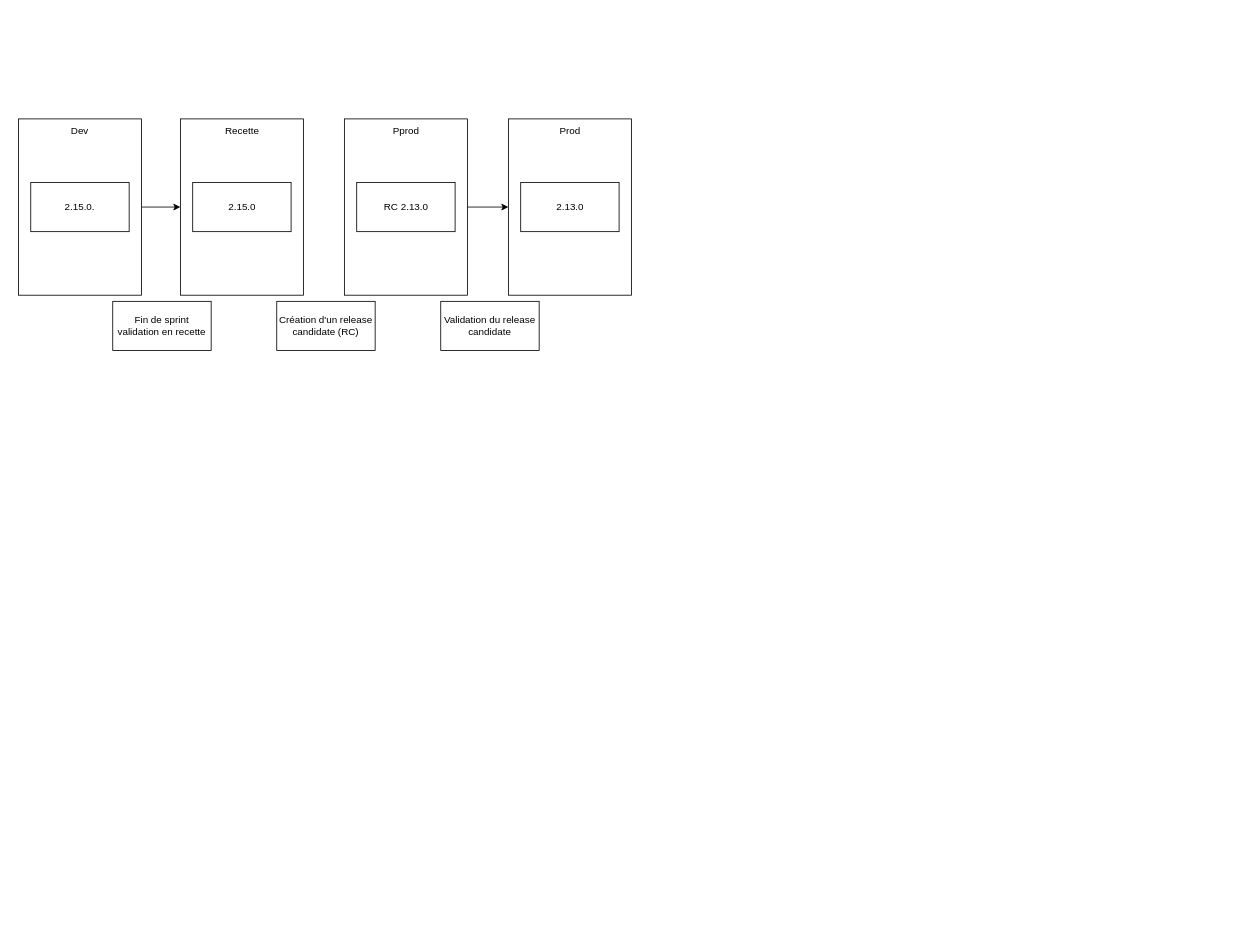
AdrianANDRE/drawio keeps this draw.io diagram as page "Page-2" (1 of 2) of classical_version_qa.drawio. Above is the earlier version. Source tidied: cells renumbered, new cells numbered last; positions are measured from the earlier drawing's top-left corner, leaving out a move shared by most shapes. Both pictures are drawn from the tidied source at 82%, with x=0, y=0 at pixel (-9, 145).
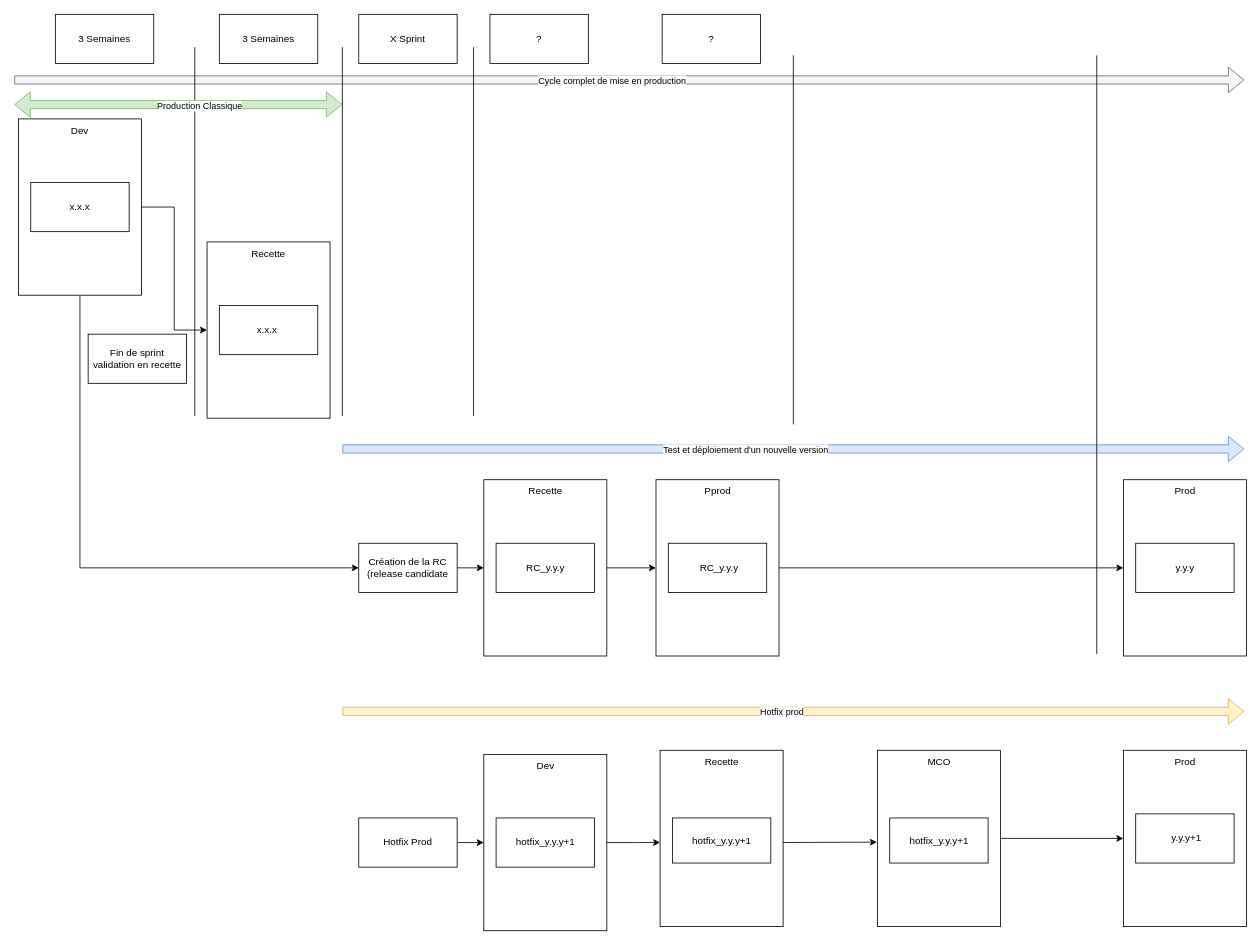
Above is the later version.

Unchanged cells that the change refers to:
```xml
<mxCell id="5" value="Dev" style="rounded=0;whiteSpace=wrap;html=1;rotation=90;verticalAlign=top;flipV=1;flipH=1;direction=west;horizontal=0;" parent="1" vertex="1">
  <mxGeometry x="0.5" width="215" height="150" as="geometry" />
</mxCell>
```

Change to the diagram source:
```diff
@@
-    <mxCell id="2" value="Création d'un release candidate (RC)" style="rounded=0;whiteSpace=wrap;html=1;" parent="1" vertex="1">
-      <mxGeometry x="348" y="190" width="120" height="60" as="geometry" />
-    </mxCell>
     <mxCell id="3" value="Fin de sprint validation en recette" style="rounded=0;whiteSpace=wrap;html=1;" parent="1" vertex="1">
-      <mxGeometry x="148" y="190" width="120" height="60" as="geometry" />
+      <mxGeometry x="118" y="230" width="120" height="60" as="geometry" />
     </mxCell>
@@
+    <mxCell id="15" style="edgeStyle=orthogonalEdgeStyle;rounded=0;jettySize=auto;html=1;exitX=0;exitY=0.5;exitDx=0;exitDy=0;entryX=0;entryY=0.5;entryDx=0;entryDy=0;" parent="1" edge="1" source="5" target="24">
+      <mxGeometry relative="1" as="geometry" />
+    </mxCell>
@@
-    <mxCell id="6" value="2.15.0." style="rounded=0;whiteSpace=wrap;html=1;" parent="1" vertex="1">
+    <mxCell id="6" value="x.x.x" style="rounded=0;whiteSpace=wrap;html=1;" parent="1" vertex="1">
       <mxGeometry x="48" y="45" width="120" height="60" as="geometry" />
     </mxCell>
-    <mxCell id="7" value="Validation du release candidate" style="rounded=0;whiteSpace=wrap;html=1;" parent="1" vertex="1">
-      <mxGeometry x="548" y="190" width="120" height="60" as="geometry" />
-    </mxCell>
     <mxCell id="8" value="Recette" style="rounded=0;whiteSpace=wrap;html=1;rotation=90;verticalAlign=top;flipV=1;flipH=1;direction=west;horizontal=0;" parent="1" vertex="1">
-      <mxGeometry x="198" width="215" height="150" as="geometry" />
+      <mxGeometry x="230.5" y="150" width="215" height="150" as="geometry" />
     </mxCell>
-    <mxCell id="9" style="edgeStyle=orthogonalEdgeStyle;rounded=0;jettySize=auto;html=1;exitX=0.5;exitY=1;exitDx=0;exitDy=0;entryX=0.5;entryY=0;entryDx=0;entryDy=0;" parent="1" edge="1" source="10" target="13">
-      <mxGeometry relative="1" as="geometry" />
-    </mxCell>
+    <mxCell id="11" value="x.x.x&amp;nbsp;" style="rounded=0;whiteSpace=wrap;html=1;" parent="1" vertex="1">
+      <mxGeometry x="278" y="195" width="120" height="60" as="geometry" />
+    </mxCell>
+    <mxCell id="16" style="shape=flexArrow;endArrow=classic;html=1;rounded=0;fillColor=#f5f5f5;strokeColor=#666666;" parent="1" edge="1">
+      <mxGeometry relative="1" as="geometry">
+        <mxPoint x="28" y="-80" as="sourcePoint" />
+        <mxPoint x="1528" y="-80" as="targetPoint" />
+      </mxGeometry>
+    </mxCell>
+    <mxCell id="17" value="Cycle complet de mise en production" style="edgeLabel;html=1;align=center;verticalAlign=middle;" parent="16" vertex="1">
+      <mxGeometry x="-0.03" y="-2" relative="1" as="geometry">
+        <mxPoint y="-2" as="offset" />
+      </mxGeometry>
+    </mxCell>
+    <mxCell id="18" style="endArrow=none;html=1;rounded=0;" parent="1" edge="1">
+      <mxGeometry relative="1" as="geometry">
+        <mxPoint x="248" y="330" as="sourcePoint" />
+        <mxPoint x="248" y="-120" as="targetPoint" />
+      </mxGeometry>
+    </mxCell>
+    <mxCell id="19" value="3 Semaines" style="rounded=0;whiteSpace=wrap;html=1;" parent="1" vertex="1">
+      <mxGeometry x="78" y="-160" width="120" height="60" as="geometry" />
+    </mxCell>
+    <mxCell id="20" value="3 Semaines" style="rounded=0;whiteSpace=wrap;html=1;" parent="1" vertex="1">
+      <mxGeometry x="278" y="-160" width="120" height="60" as="geometry" />
+    </mxCell>
+    <mxCell id="21" style="endArrow=none;html=1;rounded=0;" parent="1" edge="1">
+      <mxGeometry relative="1" as="geometry">
+        <mxPoint x="428" y="330" as="sourcePoint" />
+        <mxPoint x="428" y="-120" as="targetPoint" />
+      </mxGeometry>
+    </mxCell>
+    <mxCell id="22" value="X Sprint" style="rounded=0;whiteSpace=wrap;html=1;" parent="1" vertex="1">
+      <mxGeometry x="448" y="-160" width="120" height="60" as="geometry" />
+    </mxCell>
+    <mxCell id="23" style="edgeStyle=orthogonalEdgeStyle;rounded=0;jettySize=auto;html=1;exitX=1;exitY=0.5;exitDx=0;exitDy=0;entryX=0.5;entryY=0;entryDx=0;entryDy=0;" parent="1" edge="1" source="24" target="32">
+      <mxGeometry relative="1" as="geometry" />
+    </mxCell>
+    <mxCell id="24" value="Création de la RC (release candidate" style="rounded=0;whiteSpace=wrap;html=1;" parent="1" vertex="1">
+      <mxGeometry x="448" y="485" width="120" height="60" as="geometry" />
+    </mxCell>
+    <mxCell id="25" style="edgeStyle=orthogonalEdgeStyle;rounded=0;jettySize=auto;html=1;exitX=0.5;exitY=1;exitDx=0;exitDy=0;entryX=0.5;entryY=0;entryDx=0;entryDy=0;" parent="1" edge="1" source="10" target="38">
+      <mxGeometry relative="1" as="geometry" />
+    </mxCell>
     <mxCell id="10" value="Pprod" style="rounded=0;whiteSpace=wrap;html=1;rotation=90;verticalAlign=top;flipV=1;flipH=1;direction=west;horizontal=0;" parent="1" vertex="1">
-      <mxGeometry x="398" width="215" height="150" as="geometry" />
+      <mxGeometry x="778" y="440" width="215" height="150" as="geometry" />
     </mxCell>
-    <mxCell id="11" value="2.15.0" style="rounded=0;whiteSpace=wrap;html=1;" parent="1" vertex="1">
-      <mxGeometry x="245.5" y="45" width="120" height="60" as="geometry" />
-    </mxCell>
-    <mxCell id="12" value="RC 2.13.0" style="rounded=0;whiteSpace=wrap;html=1;" parent="1" vertex="1">
-      <mxGeometry x="445.5" y="45" width="120" height="60" as="geometry" />
-    </mxCell>
-    <mxCell id="13" value="Prod" style="rounded=0;whiteSpace=wrap;html=1;rotation=90;verticalAlign=top;flipV=1;flipH=1;direction=west;horizontal=0;" parent="1" vertex="1">
-      <mxGeometry x="598" width="215" height="150" as="geometry" />
-    </mxCell>
-    <mxCell id="14" value="2.13.0" style="rounded=0;whiteSpace=wrap;html=1;" parent="1" vertex="1">
-      <mxGeometry x="645.5" y="45" width="120" height="60" as="geometry" />
-    </mxCell>
+    <mxCell id="26" value="&amp;nbsp;RC_y.y.y" style="rounded=0;whiteSpace=wrap;html=1;" parent="1" vertex="1">
+      <mxGeometry x="825.5" y="485" width="120" height="60" as="geometry" />
+    </mxCell>
+    <mxCell id="27" style="endArrow=none;html=1;rounded=0;" parent="1" edge="1">
+      <mxGeometry relative="1" as="geometry">
+        <mxPoint x="978" y="340" as="sourcePoint" />
+        <mxPoint x="978" y="-110" as="targetPoint" />
+      </mxGeometry>
+    </mxCell>
+    <mxCell id="28" style="endArrow=none;html=1;rounded=0;" parent="1" edge="1">
+      <mxGeometry relative="1" as="geometry">
+        <mxPoint x="588" y="330" as="sourcePoint" />
+        <mxPoint x="588" y="-120" as="targetPoint" />
+      </mxGeometry>
+    </mxCell>
+    <mxCell id="29" style="shape=flexArrow;endArrow=classic;startArrow=classic;html=1;rounded=0;fillColor=#d5e8d4;strokeColor=#82b366;" parent="1" edge="1">
+      <mxGeometry relative="1" as="geometry">
+        <mxPoint x="28" y="-50" as="sourcePoint" />
+        <mxPoint x="428" y="-50" as="targetPoint" />
+      </mxGeometry>
+    </mxCell>
+    <mxCell id="30" value="Production Classique" style="edgeLabel;html=1;align=center;verticalAlign=middle;" parent="29" vertex="1">
+      <mxGeometry x="0.13" y="-1" relative="1" as="geometry" />
+    </mxCell>
+    <mxCell id="31" style="edgeStyle=orthogonalEdgeStyle;rounded=0;jettySize=auto;html=1;exitX=0.5;exitY=1;exitDx=0;exitDy=0;entryX=0.5;entryY=0;entryDx=0;entryDy=0;" parent="1" edge="1" source="32" target="10">
+      <mxGeometry relative="1" as="geometry" />
+    </mxCell>
+    <mxCell id="32" value="Recette" style="rounded=0;whiteSpace=wrap;html=1;rotation=90;verticalAlign=top;flipV=1;flipH=1;direction=west;horizontal=0;" parent="1" vertex="1">
+      <mxGeometry x="568" y="440" width="215" height="150" as="geometry" />
+    </mxCell>
+    <mxCell id="33" value="RC_y.y.y" style="rounded=0;whiteSpace=wrap;html=1;" parent="1" vertex="1">
+      <mxGeometry x="615.5" y="485" width="120" height="60" as="geometry" />
+    </mxCell>
+    <mxCell id="34" style="shape=flexArrow;endArrow=classic;html=1;rounded=0;fillColor=#dae8fc;strokeColor=#6c8ebf;" parent="1" edge="1">
+      <mxGeometry relative="1" as="geometry">
+        <mxPoint x="428" y="370" as="sourcePoint" />
+        <mxPoint x="1528" y="370" as="targetPoint" />
+      </mxGeometry>
+    </mxCell>
+    <mxCell id="35" value="Test et déploiement d'un nouvelle version" style="edgeLabel;html=1;align=center;verticalAlign=middle;" parent="34" vertex="1">
+      <mxGeometry x="-0.11" relative="1" as="geometry">
+        <mxPoint x="1" as="offset" />
+      </mxGeometry>
+    </mxCell>
+    <mxCell id="36" value="?" style="rounded=0;whiteSpace=wrap;html=1;" parent="1" vertex="1">
+      <mxGeometry x="818" y="-160" width="120" height="60" as="geometry" />
+    </mxCell>
+    <mxCell id="37" value="?" style="rounded=0;whiteSpace=wrap;html=1;" parent="1" vertex="1">
+      <mxGeometry x="608" y="-160" width="120" height="60" as="geometry" />
+    </mxCell>
+    <mxCell id="38" value="Prod" style="rounded=0;whiteSpace=wrap;html=1;rotation=90;verticalAlign=top;flipV=1;flipH=1;direction=west;horizontal=0;" parent="1" vertex="1">
+      <mxGeometry x="1348" y="440" width="215" height="150" as="geometry" />
+    </mxCell>
+    <mxCell id="39" value="y.y.y" style="rounded=0;whiteSpace=wrap;html=1;" parent="1" vertex="1">
+      <mxGeometry x="1395.5" y="485" width="120" height="60" as="geometry" />
+    </mxCell>
+    <mxCell id="40" style="edgeStyle=orthogonalEdgeStyle;rounded=0;jettySize=auto;html=1;exitX=1;exitY=0.5;exitDx=0;exitDy=0;entryX=0.5;entryY=0;entryDx=0;entryDy=0;" parent="1" edge="1" source="41" target="42">
+      <mxGeometry relative="1" as="geometry" />
+    </mxCell>
+    <mxCell id="41" value="Hotfix Prod" style="rounded=0;whiteSpace=wrap;html=1;" parent="1" vertex="1">
+      <mxGeometry x="448" y="820" width="120" height="60" as="geometry" />
+    </mxCell>
+    <mxCell id="42" value="Dev" style="rounded=0;whiteSpace=wrap;html=1;rotation=90;verticalAlign=top;flipV=1;flipH=1;direction=west;horizontal=0;" parent="1" vertex="1">
+      <mxGeometry x="568" y="775" width="215" height="150" as="geometry" />
+    </mxCell>
+    <mxCell id="43" value="hotfix_y.y.y+1" style="rounded=0;whiteSpace=wrap;html=1;" parent="1" vertex="1">
+      <mxGeometry x="615.5" y="820" width="120" height="60" as="geometry" />
+    </mxCell>
+    <mxCell id="44" value="Recette" style="rounded=0;whiteSpace=wrap;html=1;rotation=90;verticalAlign=top;flipV=1;flipH=1;direction=west;horizontal=0;" parent="1" vertex="1">
+      <mxGeometry x="783" y="770" width="215" height="150" as="geometry" />
+    </mxCell>
+    <mxCell id="45" value="hotfix_y.y.y+1" style="rounded=0;whiteSpace=wrap;html=1;" parent="1" vertex="1">
+      <mxGeometry x="830.5" y="820" width="120" height="55" as="geometry" />
+    </mxCell>
+    <mxCell id="46" style="edgeStyle=orthogonalEdgeStyle;rounded=0;jettySize=auto;html=1;exitX=0.5;exitY=1;exitDx=0;exitDy=0;" parent="1" edge="1" source="47" target="52">
+      <mxGeometry relative="1" as="geometry" />
+    </mxCell>
+    <mxCell id="47" value="MCO" style="rounded=0;whiteSpace=wrap;html=1;rotation=90;verticalAlign=top;flipV=1;flipH=1;direction=west;horizontal=0;" parent="1" vertex="1">
+      <mxGeometry x="1048" y="770" width="215" height="150" as="geometry" />
+    </mxCell>
+    <mxCell id="48" value="hotfix_y.y.y+1" style="rounded=0;whiteSpace=wrap;html=1;" parent="1" vertex="1">
+      <mxGeometry x="1095.5" y="820" width="120" height="55" as="geometry" />
+    </mxCell>
+    <mxCell id="49" style="endArrow=none;html=1;rounded=0;" parent="1" edge="1">
+      <mxGeometry relative="1" as="geometry">
+        <mxPoint x="1348" y="620" as="sourcePoint" />
+        <mxPoint x="1348" y="-110" as="targetPoint" />
+      </mxGeometry>
+    </mxCell>
+    <mxCell id="50" style="edgeStyle=orthogonalEdgeStyle;rounded=0;jettySize=auto;html=1;exitX=0.5;exitY=1;exitDx=0;exitDy=0;entryX=0.523;entryY=1;entryDx=0;entryDy=0;entryPerimeter=0;" parent="1" edge="1" source="42" target="44">
+      <mxGeometry relative="1" as="geometry" />
+    </mxCell>
+    <mxCell id="51" style="endArrow=classic;html=1;rounded=0;exitX=0.523;exitY=0;exitDx=0;exitDy=0;exitPerimeter=0;entryX=0.521;entryY=1.004;entryDx=0;entryDy=0;entryPerimeter=0;" parent="1" edge="1" source="44" target="47">
+      <mxGeometry relative="1" as="geometry" />
+    </mxCell>
+    <mxCell id="52" value="Prod" style="rounded=0;whiteSpace=wrap;html=1;rotation=90;verticalAlign=top;flipV=1;flipH=1;direction=west;horizontal=0;" parent="1" vertex="1">
+      <mxGeometry x="1348" y="770" width="215" height="150" as="geometry" />
+    </mxCell>
+    <mxCell id="53" value="&amp;nbsp;y.y.y+1" style="rounded=0;whiteSpace=wrap;html=1;" parent="1" vertex="1">
+      <mxGeometry x="1395.5" y="815" width="120" height="60" as="geometry" />
+    </mxCell>
+    <mxCell id="54" style="shape=flexArrow;endArrow=classic;html=1;rounded=0;fillColor=#fff2cc;strokeColor=#d6b656;" parent="1" edge="1">
+      <mxGeometry relative="1" as="geometry">
+        <mxPoint x="428" y="690" as="sourcePoint" />
+        <mxPoint x="1528" y="690" as="targetPoint" />
+      </mxGeometry>
+    </mxCell>
+    <mxCell id="55" value="Hotfix prod" style="edgeLabel;html=1;align=center;verticalAlign=middle;" parent="54" vertex="1">
+      <mxGeometry x="-0.03" y="3" relative="1" as="geometry">
+        <mxPoint x="1" y="3" as="offset" />
+      </mxGeometry>
+    </mxCell>
```
